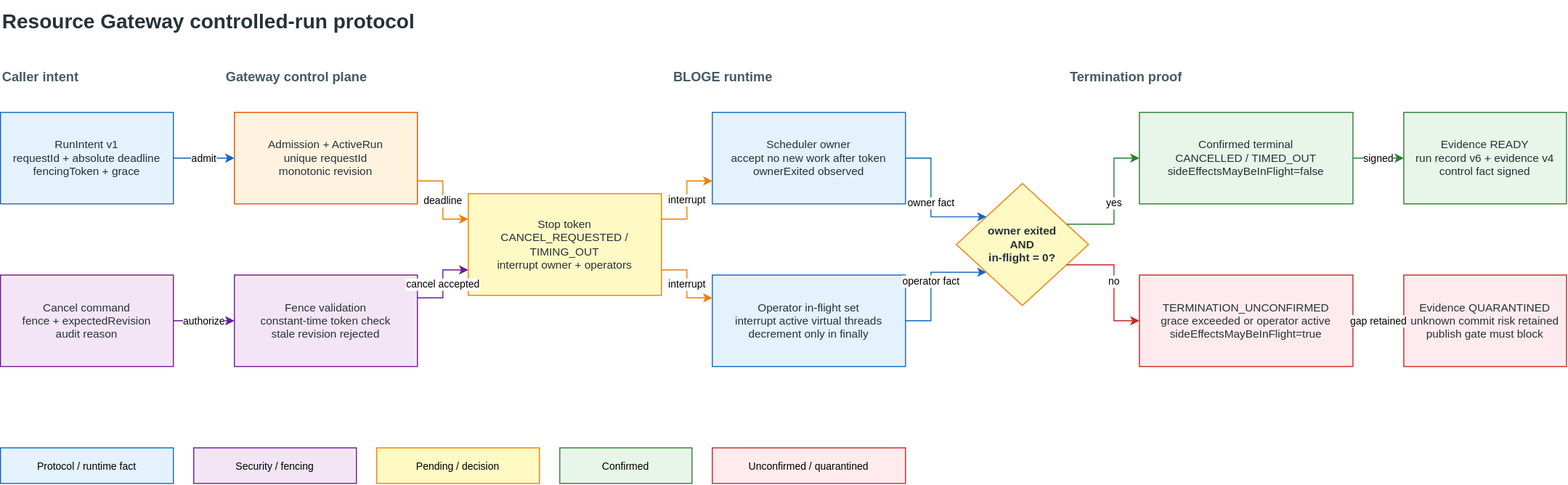
Before: docs/assets/resource-gateway-run-control-lifecycle.svg, a diagram exported from draw.io (leanowtech/bloge-examples). Source tidied: cells renumbered, new cells last; positions are measured from the earlier drawing's top-left corner, leaving out a move shared by most shapes. The source it was exported from:
```xml
<mxGraphModel>
  <root>
    <mxCell id="0" />
    <mxCell id="1" parent="0" />
    <mxCell id="2" value="Resource Gateway controlled-run protocol" style="text;html=1;align=left;verticalAlign=middle;fontFamily=Arial;fontSize=20;fontStyle=1;fontColor=#263238;" parent="1" vertex="1">
      <mxGeometry width="650" height="40" as="geometry" />
    </mxCell>
    <mxCell id="3" value="Caller intent" style="text;html=1;align=left;verticalAlign=middle;fontFamily=Arial;fontSize=13;fontStyle=1;fontColor=#455a64;" parent="1" vertex="1">
      <mxGeometry y="60" width="170" height="30" as="geometry" />
    </mxCell>
    <mxCell id="4" value="Gateway control plane" style="text;html=1;align=left;verticalAlign=middle;fontFamily=Arial;fontSize=13;fontStyle=1;fontColor=#455a64;" parent="1" vertex="1">
      <mxGeometry x="220" y="60" width="390" height="30" as="geometry" />
    </mxCell>
    <mxCell id="5" value="BLOGE runtime" style="text;html=1;align=left;verticalAlign=middle;fontFamily=Arial;fontSize=13;fontStyle=1;fontColor=#455a64;" parent="1" vertex="1">
      <mxGeometry x="660" y="60" width="340" height="30" as="geometry" />
    </mxCell>
    <mxCell id="6" value="Termination proof" style="text;html=1;align=left;verticalAlign=middle;fontFamily=Arial;fontSize=13;fontStyle=1;fontColor=#455a64;" parent="1" vertex="1">
      <mxGeometry x="1050" y="60" width="420" height="30" as="geometry" />
    </mxCell>
    <mxCell id="7" value="RunIntent v1&#10;requestId + absolute deadline&#10;fencingToken + grace" style="rounded=0;whiteSpace=wrap;html=1;fillColor=#e3f2fd;strokeColor=#1565c0;fontColor=#263238;fontFamily=Arial;fontSize=11;" parent="1" vertex="1">
      <mxGeometry y="110" width="170" height="90" as="geometry" />
    </mxCell>
    <mxCell id="8" value="Cancel command&#10;fence + expectedRevision&#10;audit reason" style="rounded=0;whiteSpace=wrap;html=1;fillColor=#f3e5f5;strokeColor=#6a1b9a;fontColor=#263238;fontFamily=Arial;fontSize=11;" parent="1" vertex="1">
      <mxGeometry y="270" width="170" height="90" as="geometry" />
    </mxCell>
    <mxCell id="9" value="Admission + ActiveRun&#10;unique requestId&#10;monotonic revision" style="rounded=0;whiteSpace=wrap;html=1;fillColor=#fff3e0;strokeColor=#e65100;fontColor=#263238;fontFamily=Arial;fontSize=11;" parent="1" vertex="1">
      <mxGeometry x="230" y="110" width="180" height="90" as="geometry" />
    </mxCell>
    <mxCell id="10" value="Fence validation&#10;constant-time token check&#10;stale revision rejected" style="rounded=0;whiteSpace=wrap;html=1;fillColor=#f3e5f5;strokeColor=#6a1b9a;fontColor=#263238;fontFamily=Arial;fontSize=11;" parent="1" vertex="1">
      <mxGeometry x="230" y="270" width="180" height="90" as="geometry" />
    </mxCell>
    <mxCell id="11" value="Stop token&#10;CANCEL_REQUESTED / TIMING_OUT&#10;interrupt owner + operators" style="rounded=0;whiteSpace=wrap;html=1;fillColor=#fff9c4;strokeColor=#f57c00;fontColor=#263238;fontFamily=Arial;fontSize=11;" parent="1" vertex="1">
      <mxGeometry x="460" y="190" width="190" height="100" as="geometry" />
    </mxCell>
    <mxCell id="12" value="Scheduler owner&#10;accept no new work after token&#10;ownerExited observed" style="rounded=0;whiteSpace=wrap;html=1;fillColor=#e3f2fd;strokeColor=#1565c0;fontColor=#263238;fontFamily=Arial;fontSize=11;" parent="1" vertex="1">
      <mxGeometry x="700" y="110" width="190" height="90" as="geometry" />
    </mxCell>
    <mxCell id="13" value="Operator in-flight set&#10;interrupt active virtual threads&#10;decrement only in finally" style="rounded=0;whiteSpace=wrap;html=1;fillColor=#e3f2fd;strokeColor=#1565c0;fontColor=#263238;fontFamily=Arial;fontSize=11;" parent="1" vertex="1">
      <mxGeometry x="700" y="270" width="190" height="90" as="geometry" />
    </mxCell>
    <mxCell id="14" value="owner exited&#10;AND&#10;in-flight = 0?" style="rhombus;whiteSpace=wrap;html=1;fillColor=#fff9c4;strokeColor=#f57c00;fontColor=#263238;fontFamily=Arial;fontSize=11;fontStyle=1;" parent="1" vertex="1">
      <mxGeometry x="940" y="180" width="130" height="120" as="geometry" />
    </mxCell>
    <mxCell id="15" value="Confirmed terminal&#10;CANCELLED / TIMED_OUT&#10;sideEffectsMayBeInFlight=false" style="rounded=0;whiteSpace=wrap;html=1;fillColor=#e8f5e9;strokeColor=#2e7d32;fontColor=#263238;fontFamily=Arial;fontSize=11;" parent="1" vertex="1">
      <mxGeometry x="1120" y="110" width="210" height="90" as="geometry" />
    </mxCell>
    <mxCell id="16" value="TERMINATION_UNCONFIRMED&#10;grace exceeded or operator active&#10;sideEffectsMayBeInFlight=true" style="rounded=0;whiteSpace=wrap;html=1;fillColor=#ffebee;strokeColor=#c62828;fontColor=#263238;fontFamily=Arial;fontSize=11;" parent="1" vertex="1">
      <mxGeometry x="1120" y="270" width="210" height="90" as="geometry" />
    </mxCell>
    <mxCell id="17" value="Evidence READY&#10;run record v6 + evidence v4&#10;control fact signed" style="rounded=0;whiteSpace=wrap;html=1;fillColor=#e8f5e9;strokeColor=#2e7d32;fontColor=#263238;fontFamily=Arial;fontSize=11;" parent="1" vertex="1">
      <mxGeometry x="1380" y="110" width="160" height="90" as="geometry" />
    </mxCell>
    <mxCell id="18" value="Evidence QUARANTINED&#10;unknown commit risk retained&#10;publish gate must block" style="rounded=0;whiteSpace=wrap;html=1;fillColor=#ffebee;strokeColor=#c62828;fontColor=#263238;fontFamily=Arial;fontSize=11;" parent="1" vertex="1">
      <mxGeometry x="1380" y="270" width="160" height="90" as="geometry" />
    </mxCell>
    <mxCell id="19" value="admit" style="edgeStyle=orthogonalEdgeStyle;rounded=0;jettySize=auto;html=1;endArrow=classic;endFill=1;strokeColor=#1565c0;fontFamily=Arial;fontSize=10;labelBackgroundColor=#ffffff;exitX=1;exitY=0.5;entryX=0;entryY=0.5;" parent="1" edge="1" source="7" target="9">
      <mxGeometry relative="1" as="geometry" />
    </mxCell>
    <mxCell id="20" value="authorize" style="edgeStyle=orthogonalEdgeStyle;rounded=0;jettySize=auto;html=1;endArrow=classic;endFill=1;strokeColor=#6a1b9a;fontFamily=Arial;fontSize=10;labelBackgroundColor=#ffffff;exitX=1;exitY=0.5;entryX=0;entryY=0.5;" parent="1" edge="1" source="8" target="10">
      <mxGeometry relative="1" as="geometry" />
    </mxCell>
    <mxCell id="21" value="deadline" style="edgeStyle=orthogonalEdgeStyle;rounded=0;jettySize=auto;html=1;endArrow=classic;endFill=1;strokeColor=#f57c00;fontFamily=Arial;fontSize=10;labelBackgroundColor=#ffffff;exitX=1;exitY=0.75;entryX=0;entryY=0.25;" parent="1" edge="1" source="9" target="11">
      <mxGeometry relative="1" as="geometry" />
    </mxCell>
    <mxCell id="22" value="cancel accepted" style="edgeStyle=orthogonalEdgeStyle;rounded=0;jettySize=auto;html=1;endArrow=classic;endFill=1;strokeColor=#6a1b9a;fontFamily=Arial;fontSize=10;labelBackgroundColor=#ffffff;exitX=1;exitY=0.25;entryX=0;entryY=0.75;" parent="1" edge="1" source="10" target="11">
      <mxGeometry relative="1" as="geometry" />
    </mxCell>
    <mxCell id="23" value="interrupt" style="edgeStyle=orthogonalEdgeStyle;rounded=0;jettySize=auto;html=1;endArrow=classic;endFill=1;strokeColor=#f57c00;fontFamily=Arial;fontSize=10;labelBackgroundColor=#ffffff;exitX=1;exitY=0.25;entryX=0;entryY=0.75;" parent="1" edge="1" source="11" target="12">
      <mxGeometry relative="1" as="geometry" />
    </mxCell>
    <mxCell id="24" value="interrupt" style="edgeStyle=orthogonalEdgeStyle;rounded=0;jettySize=auto;html=1;endArrow=classic;endFill=1;strokeColor=#f57c00;fontFamily=Arial;fontSize=10;labelBackgroundColor=#ffffff;exitX=1;exitY=0.75;entryX=0;entryY=0.25;" parent="1" edge="1" source="11" target="13">
      <mxGeometry relative="1" as="geometry" />
    </mxCell>
    <mxCell id="25" value="owner fact" style="edgeStyle=orthogonalEdgeStyle;rounded=0;jettySize=auto;html=1;endArrow=classic;endFill=1;strokeColor=#1565c0;fontFamily=Arial;fontSize=10;labelBackgroundColor=#ffffff;exitX=1;exitY=0.5;entryX=0.2;entryY=0.25;" parent="1" edge="1" source="12" target="14">
      <mxGeometry relative="1" as="geometry" />
    </mxCell>
    <mxCell id="26" value="operator fact" style="edgeStyle=orthogonalEdgeStyle;rounded=0;jettySize=auto;html=1;endArrow=classic;endFill=1;strokeColor=#1565c0;fontFamily=Arial;fontSize=10;labelBackgroundColor=#ffffff;exitX=1;exitY=0.5;entryX=0.2;entryY=0.75;" parent="1" edge="1" source="13" target="14">
      <mxGeometry relative="1" as="geometry" />
    </mxCell>
    <mxCell id="27" value="yes" style="edgeStyle=orthogonalEdgeStyle;rounded=0;jettySize=auto;html=1;endArrow=classic;endFill=1;strokeColor=#2e7d32;fontFamily=Arial;fontSize=10;labelBackgroundColor=#ffffff;exitX=1;exitY=0.25;entryX=0;entryY=0.5;" parent="1" edge="1" source="14" target="15">
      <mxGeometry relative="1" as="geometry" />
    </mxCell>
    <mxCell id="28" value="no" style="edgeStyle=orthogonalEdgeStyle;rounded=0;jettySize=auto;html=1;endArrow=classic;endFill=1;strokeColor=#c62828;fontFamily=Arial;fontSize=10;labelBackgroundColor=#ffffff;exitX=1;exitY=0.75;entryX=0;entryY=0.5;" parent="1" edge="1" source="14" target="16">
      <mxGeometry relative="1" as="geometry" />
    </mxCell>
    <mxCell id="29" value="signed" style="edgeStyle=orthogonalEdgeStyle;rounded=0;jettySize=auto;html=1;endArrow=classic;endFill=1;strokeColor=#2e7d32;fontFamily=Arial;fontSize=10;labelBackgroundColor=#ffffff;exitX=1;exitY=0.5;entryX=0;entryY=0.5;" parent="1" edge="1" source="15" target="17">
      <mxGeometry relative="1" as="geometry" />
    </mxCell>
    <mxCell id="30" value="gap retained" style="edgeStyle=orthogonalEdgeStyle;rounded=0;jettySize=auto;html=1;endArrow=classic;endFill=1;strokeColor=#c62828;fontFamily=Arial;fontSize=10;labelBackgroundColor=#ffffff;exitX=1;exitY=0.5;entryX=0;entryY=0.5;" parent="1" edge="1" source="16" target="18">
      <mxGeometry relative="1" as="geometry" />
    </mxCell>
    <mxCell id="31" value="Protocol / runtime fact" style="rounded=0;whiteSpace=wrap;html=1;fillColor=#e3f2fd;strokeColor=#1565c0;fontFamily=Arial;fontSize=10;" parent="1" vertex="1">
      <mxGeometry y="440" width="170" height="35" as="geometry" />
    </mxCell>
    <mxCell id="32" value="Security / fencing" style="rounded=0;whiteSpace=wrap;html=1;fillColor=#f3e5f5;strokeColor=#6a1b9a;fontFamily=Arial;fontSize=10;" parent="1" vertex="1">
      <mxGeometry x="190" y="440" width="160" height="35" as="geometry" />
    </mxCell>
    <mxCell id="33" value="Pending / decision" style="rounded=0;whiteSpace=wrap;html=1;fillColor=#fff9c4;strokeColor=#f57c00;fontFamily=Arial;fontSize=10;" parent="1" vertex="1">
      <mxGeometry x="370" y="440" width="160" height="35" as="geometry" />
    </mxCell>
    <mxCell id="34" value="Confirmed" style="rounded=0;whiteSpace=wrap;html=1;fillColor=#e8f5e9;strokeColor=#2e7d32;fontFamily=Arial;fontSize=10;" parent="1" vertex="1">
      <mxGeometry x="550" y="440" width="130" height="35" as="geometry" />
    </mxCell>
    <mxCell id="35" value="Unconfirmed / quarantined" style="rounded=0;whiteSpace=wrap;html=1;fillColor=#ffebee;strokeColor=#c62828;fontFamily=Arial;fontSize=10;" parent="1" vertex="1">
      <mxGeometry x="700" y="440" width="190" height="35" as="geometry" />
    </mxCell>
  </root>
</mxGraphModel>
```
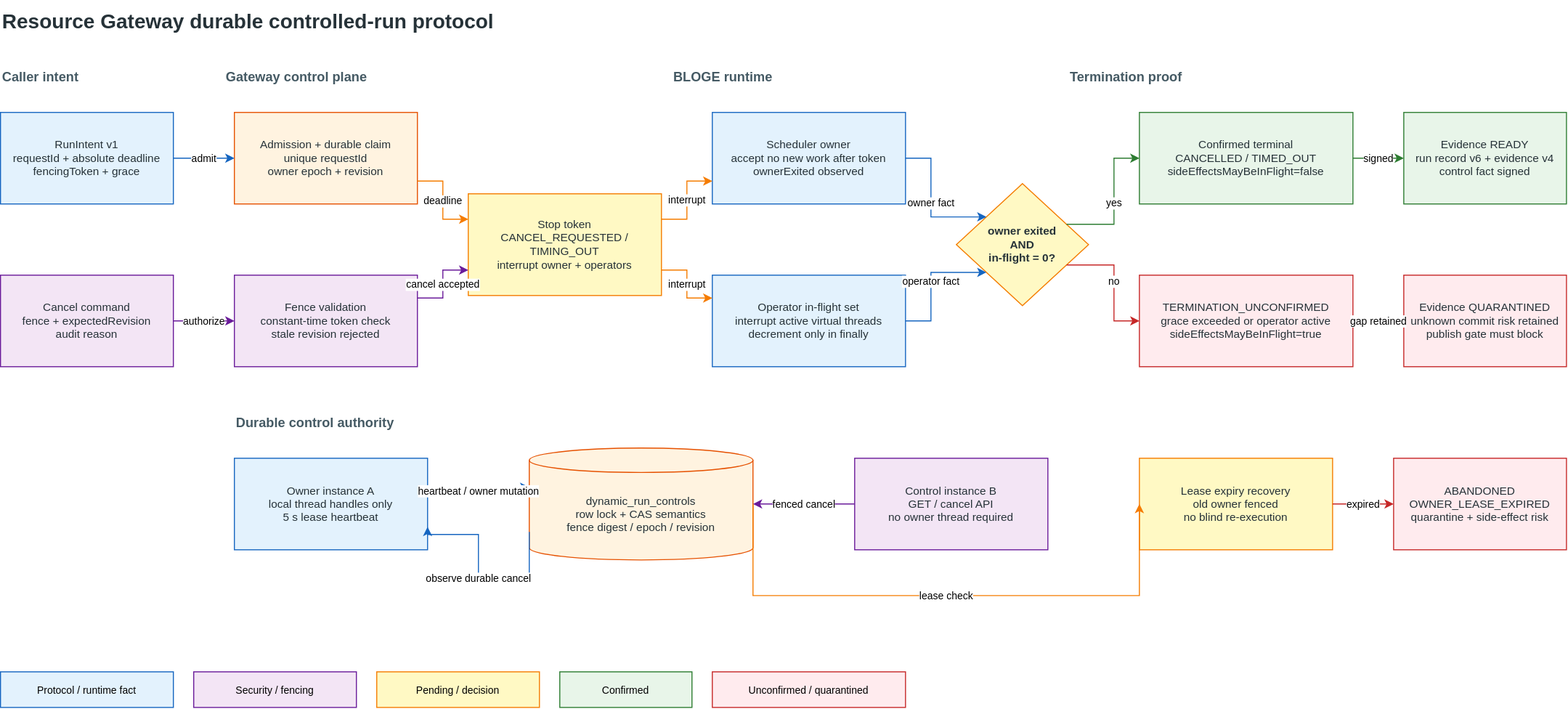
Above is the later version.

Change to the diagram source:
```diff
@@ -2,7 +2,7 @@
   <root>
     <mxCell id="0" />
     <mxCell id="1" parent="0" />
-    <mxCell id="2" value="Resource Gateway controlled-run protocol" style="text;html=1;align=left;verticalAlign=middle;fontFamily=Arial;fontSize=20;fontStyle=1;fontColor=#263238;" parent="1" vertex="1">
+    <mxCell id="2" value="Resource Gateway durable controlled-run protocol" style="text;html=1;align=left;verticalAlign=middle;fontFamily=Arial;fontSize=20;fontStyle=1;fontColor=#263238;" parent="1" vertex="1">
       <mxGeometry width="650" height="40" as="geometry" />
     </mxCell>
     <mxCell id="3" value="Caller intent" style="text;html=1;align=left;verticalAlign=middle;fontFamily=Arial;fontSize=13;fontStyle=1;fontColor=#455a64;" parent="1" vertex="1">
@@ -23,7 +23,7 @@
     <mxCell id="8" value="Cancel command&#10;fence + expectedRevision&#10;audit reason" style="rounded=0;whiteSpace=wrap;html=1;fillColor=#f3e5f5;strokeColor=#6a1b9a;fontColor=#263238;fontFamily=Arial;fontSize=11;" parent="1" vertex="1">
       <mxGeometry y="270" width="170" height="90" as="geometry" />
     </mxCell>
-    <mxCell id="9" value="Admission + ActiveRun&#10;unique requestId&#10;monotonic revision" style="rounded=0;whiteSpace=wrap;html=1;fillColor=#fff3e0;strokeColor=#e65100;fontColor=#263238;fontFamily=Arial;fontSize=11;" parent="1" vertex="1">
+    <mxCell id="9" value="Admission + durable claim&#10;unique requestId&#10;owner epoch + revision" style="rounded=0;whiteSpace=wrap;html=1;fillColor=#fff3e0;strokeColor=#e65100;fontColor=#263238;fontFamily=Arial;fontSize=11;" parent="1" vertex="1">
       <mxGeometry x="230" y="110" width="180" height="90" as="geometry" />
     </mxCell>
     <mxCell id="10" value="Fence validation&#10;constant-time token check&#10;stale revision rejected" style="rounded=0;whiteSpace=wrap;html=1;fillColor=#f3e5f5;strokeColor=#6a1b9a;fontColor=#263238;fontFamily=Arial;fontSize=11;" parent="1" vertex="1">
@@ -89,20 +89,63 @@
     <mxCell id="30" value="gap retained" style="edgeStyle=orthogonalEdgeStyle;rounded=0;jettySize=auto;html=1;endArrow=classic;endFill=1;strokeColor=#c62828;fontFamily=Arial;fontSize=10;labelBackgroundColor=#ffffff;exitX=1;exitY=0.5;entryX=0;entryY=0.5;" parent="1" edge="1" source="16" target="18">
       <mxGeometry relative="1" as="geometry" />
     </mxCell>
+    <mxCell id="36" value="Durable control authority" style="text;html=1;align=left;verticalAlign=middle;fontFamily=Arial;fontSize=13;fontStyle=1;fontColor=#455a64;" parent="1" vertex="1">
+      <mxGeometry x="230" y="400" width="260" height="30" as="geometry" />
+    </mxCell>
+    <mxCell id="37" value="Owner instance A&#10;local thread handles only&#10;5 s lease heartbeat" style="rounded=0;whiteSpace=wrap;html=1;fillColor=#e3f2fd;strokeColor=#1565c0;fontColor=#263238;fontFamily=Arial;fontSize=11;" parent="1" vertex="1">
+      <mxGeometry x="230" y="450" width="190" height="90" as="geometry" />
+    </mxCell>
+    <mxCell id="38" value="dynamic_run_controls&#10;row lock + CAS semantics&#10;fence digest / epoch / revision" style="shape=cylinder3;whiteSpace=wrap;html=1;boundedLbl=1;backgroundOutline=1;size=12;fillColor=#fff3e0;strokeColor=#e65100;fontColor=#263238;fontFamily=Arial;fontSize=11;" parent="1" vertex="1">
+      <mxGeometry x="520" y="440" width="220" height="110" as="geometry" />
+    </mxCell>
+    <mxCell id="39" value="Control instance B&#10;GET / cancel API&#10;no owner thread required" style="rounded=0;whiteSpace=wrap;html=1;fillColor=#f3e5f5;strokeColor=#6a1b9a;fontColor=#263238;fontFamily=Arial;fontSize=11;" parent="1" vertex="1">
+      <mxGeometry x="840" y="450" width="190" height="90" as="geometry" />
+    </mxCell>
+    <mxCell id="40" value="Lease expiry recovery&#10;old owner fenced&#10;no blind re-execution" style="rounded=0;whiteSpace=wrap;html=1;fillColor=#fff9c4;strokeColor=#f57c00;fontColor=#263238;fontFamily=Arial;fontSize=11;" parent="1" vertex="1">
+      <mxGeometry x="1120" y="450" width="190" height="90" as="geometry" />
+    </mxCell>
+    <mxCell id="41" value="ABANDONED&#10;OWNER_LEASE_EXPIRED&#10;quarantine + side-effect risk" style="rounded=0;whiteSpace=wrap;html=1;fillColor=#ffebee;strokeColor=#c62828;fontColor=#263238;fontFamily=Arial;fontSize=11;" parent="1" vertex="1">
+      <mxGeometry x="1370" y="450" width="170" height="90" as="geometry" />
+    </mxCell>
+    <mxCell id="42" value="heartbeat / owner mutation" style="edgeStyle=orthogonalEdgeStyle;rounded=0;jettySize=auto;html=1;endArrow=classic;endFill=1;strokeColor=#1565c0;fontFamily=Arial;fontSize=10;labelBackgroundColor=#ffffff;exitX=1;exitY=0.4;entryX=0;entryY=0.35;" parent="1" edge="1" source="37" target="38">
+      <mxGeometry relative="1" as="geometry" />
+    </mxCell>
+    <mxCell id="43" value="observe durable cancel" style="edgeStyle=orthogonalEdgeStyle;rounded=0;jettySize=auto;html=1;endArrow=classic;endFill=1;strokeColor=#1565c0;fontFamily=Arial;fontSize=10;labelBackgroundColor=#ffffff;exitX=0;exitY=0.75;entryX=1;entryY=0.75;" parent="1" edge="1" source="38" target="37">
+      <mxGeometry relative="1" as="geometry">
+        <Array as="points">
+          <mxPoint x="470" y="570" />
+          <mxPoint x="470" y="525" />
+        </Array>
+      </mxGeometry>
+    </mxCell>
+    <mxCell id="44" value="fenced cancel" style="edgeStyle=orthogonalEdgeStyle;rounded=0;jettySize=auto;html=1;endArrow=classic;endFill=1;strokeColor=#6a1b9a;fontFamily=Arial;fontSize=10;labelBackgroundColor=#ffffff;exitX=0;exitY=0.5;entryX=1;entryY=0.5;" parent="1" edge="1" source="39" target="38">
+      <mxGeometry relative="1" as="geometry" />
+    </mxCell>
+    <mxCell id="45" value="lease check" style="edgeStyle=orthogonalEdgeStyle;rounded=0;jettySize=auto;html=1;endArrow=classic;endFill=1;strokeColor=#f57c00;fontFamily=Arial;fontSize=10;labelBackgroundColor=#ffffff;exitX=1;exitY=0.5;entryX=0;entryY=0.5;" parent="1" edge="1" source="38" target="40">
+      <mxGeometry relative="1" as="geometry">
+        <Array as="points">
+          <mxPoint x="780" y="585" />
+          <mxPoint x="1080" y="585" />
+        </Array>
+      </mxGeometry>
+    </mxCell>
+    <mxCell id="46" value="expired" style="edgeStyle=orthogonalEdgeStyle;rounded=0;jettySize=auto;html=1;endArrow=classic;endFill=1;strokeColor=#c62828;fontFamily=Arial;fontSize=10;labelBackgroundColor=#ffffff;exitX=1;exitY=0.5;entryX=0;entryY=0.5;" parent="1" edge="1" source="40" target="41">
+      <mxGeometry relative="1" as="geometry" />
+    </mxCell>
     <mxCell id="31" value="Protocol / runtime fact" style="rounded=0;whiteSpace=wrap;html=1;fillColor=#e3f2fd;strokeColor=#1565c0;fontFamily=Arial;fontSize=10;" parent="1" vertex="1">
-      <mxGeometry y="440" width="170" height="35" as="geometry" />
+      <mxGeometry y="660" width="170" height="35" as="geometry" />
     </mxCell>
     <mxCell id="32" value="Security / fencing" style="rounded=0;whiteSpace=wrap;html=1;fillColor=#f3e5f5;strokeColor=#6a1b9a;fontFamily=Arial;fontSize=10;" parent="1" vertex="1">
-      <mxGeometry x="190" y="440" width="160" height="35" as="geometry" />
+      <mxGeometry x="190" y="660" width="160" height="35" as="geometry" />
     </mxCell>
     <mxCell id="33" value="Pending / decision" style="rounded=0;whiteSpace=wrap;html=1;fillColor=#fff9c4;strokeColor=#f57c00;fontFamily=Arial;fontSize=10;" parent="1" vertex="1">
-      <mxGeometry x="370" y="440" width="160" height="35" as="geometry" />
+      <mxGeometry x="370" y="660" width="160" height="35" as="geometry" />
     </mxCell>
     <mxCell id="34" value="Confirmed" style="rounded=0;whiteSpace=wrap;html=1;fillColor=#e8f5e9;strokeColor=#2e7d32;fontFamily=Arial;fontSize=10;" parent="1" vertex="1">
-      <mxGeometry x="550" y="440" width="130" height="35" as="geometry" />
+      <mxGeometry x="550" y="660" width="130" height="35" as="geometry" />
     </mxCell>
     <mxCell id="35" value="Unconfirmed / quarantined" style="rounded=0;whiteSpace=wrap;html=1;fillColor=#ffebee;strokeColor=#c62828;fontFamily=Arial;fontSize=10;" parent="1" vertex="1">
-      <mxGeometry x="700" y="440" width="190" height="35" as="geometry" />
+      <mxGeometry x="700" y="660" width="190" height="35" as="geometry" />
     </mxCell>
   </root>
 </mxGraphModel>
```
